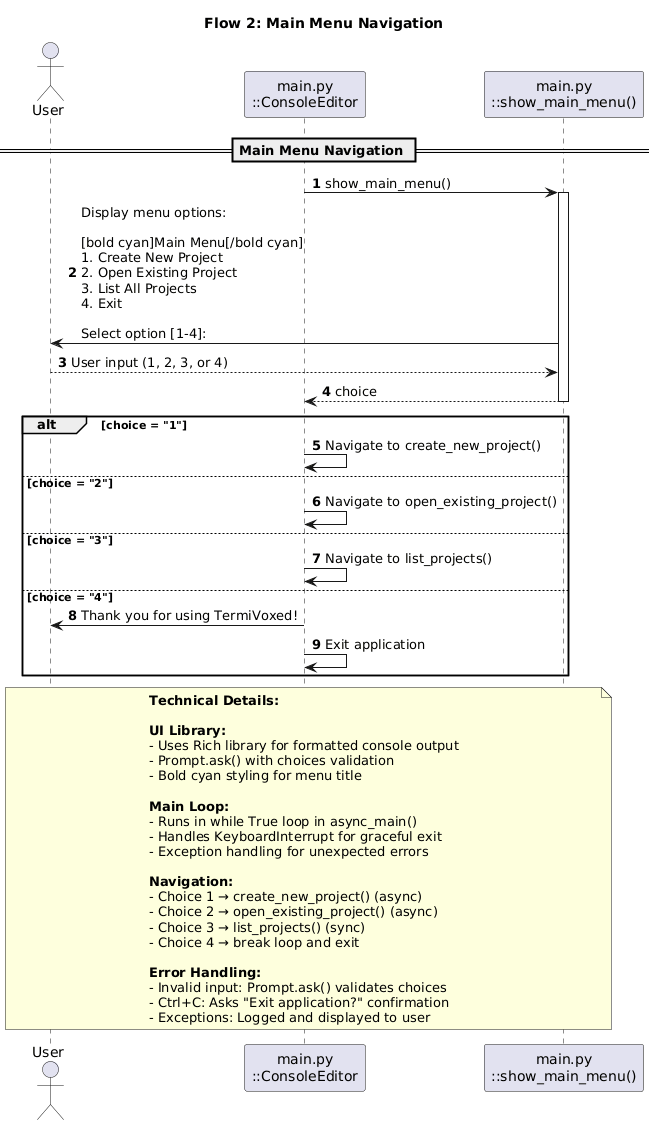
Earlier version of the PlantUML export PlantUML/flowcharts/02_main_menu.png (san-gitlogin/termivoxed).
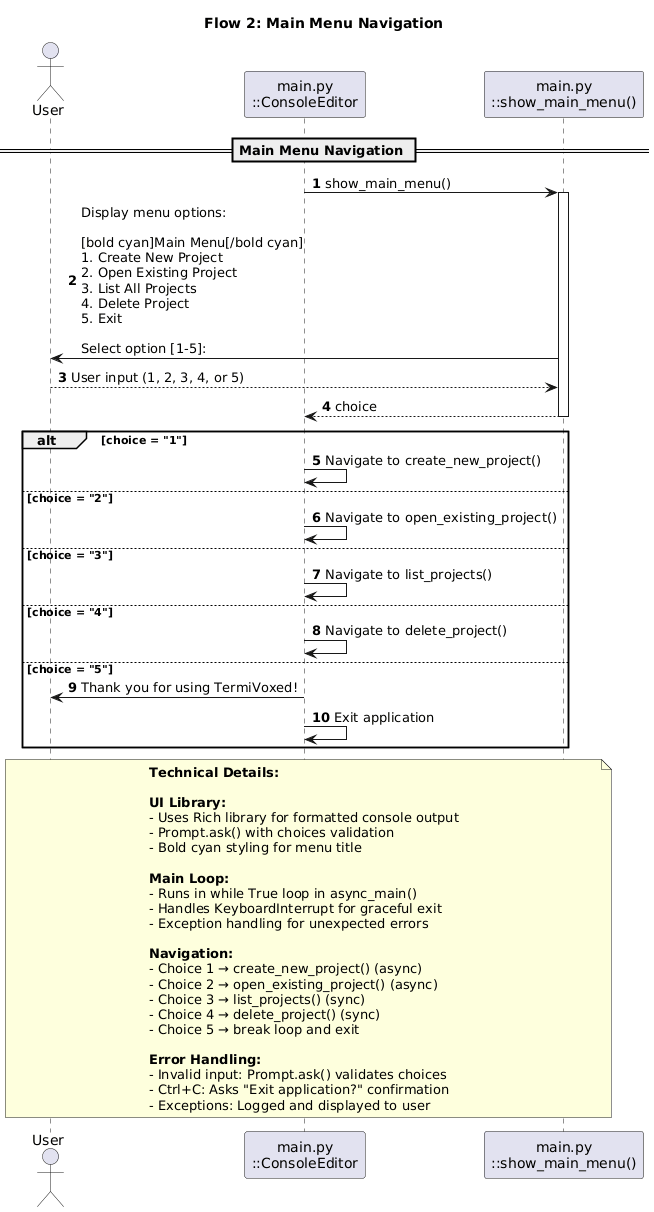
The same diagram one commit later.

The edit, as a diff of the source:
```diff
@@ -10,8 +10,8 @@
 
 Main -> MainMenu: show_main_menu()
 activate MainMenu
-MainMenu -> User: Display menu options:\n\n[bold cyan]Main Menu[/bold cyan]\n1. Create New Project\n2. Open Existing Project\n3. List All Projects\n4. Exit\n\nSelect option [1-4]:
-User --> MainMenu: User input (1, 2, 3, or 4)
+MainMenu -> User: Display menu options:\n\n[bold cyan]Main Menu[/bold cyan]\n1. Create New Project\n2. Open Existing Project\n3. List All Projects\n4. Delete Project\n5. Exit\n\nSelect option [1-5]:
+User --> MainMenu: User input (1, 2, 3, 4, or 5)
 MainMenu --> Main: choice
 deactivate MainMenu
 
@@ -22,6 +22,8 @@
 else choice = "3"
     Main -> Main: Navigate to list_projects()
 else choice = "4"
+    Main -> Main: Navigate to delete_project()
+else choice = "5"
     Main -> User: Thank you for using TermiVoxed!
     Main -> Main: Exit application
 end
@@ -43,7 +45,8 @@
   - Choice 1 → create_new_project() (async)
   - Choice 2 → open_existing_project() (async)
   - Choice 3 → list_projects() (sync)
-  - Choice 4 → break loop and exit
+  - Choice 4 → delete_project() (sync)
+  - Choice 5 → break loop and exit
 
   **Error Handling:**
   - Invalid input: Prompt.ask() validates choices
```
